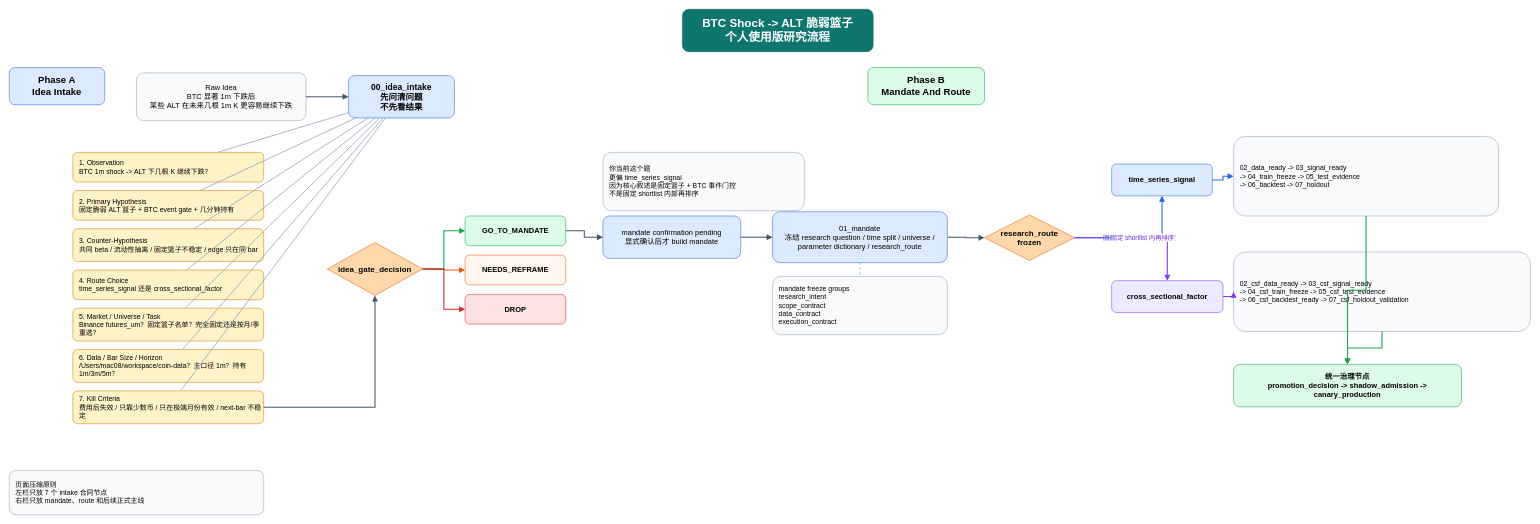
web3qt/quant-research-os keeps this draw.io diagram as docs/sop/main-flow/drawio/factor-workflow.drawio. Above is the earlier version. Source tidied: cells renumbered, new cells numbered last; positions are measured from the earlier drawing's top-left corner, leaving out a move shared by most shapes. Both pictures are drawn from the tidied source at 53%, with x=0, y=0 at pixel (9, 9).
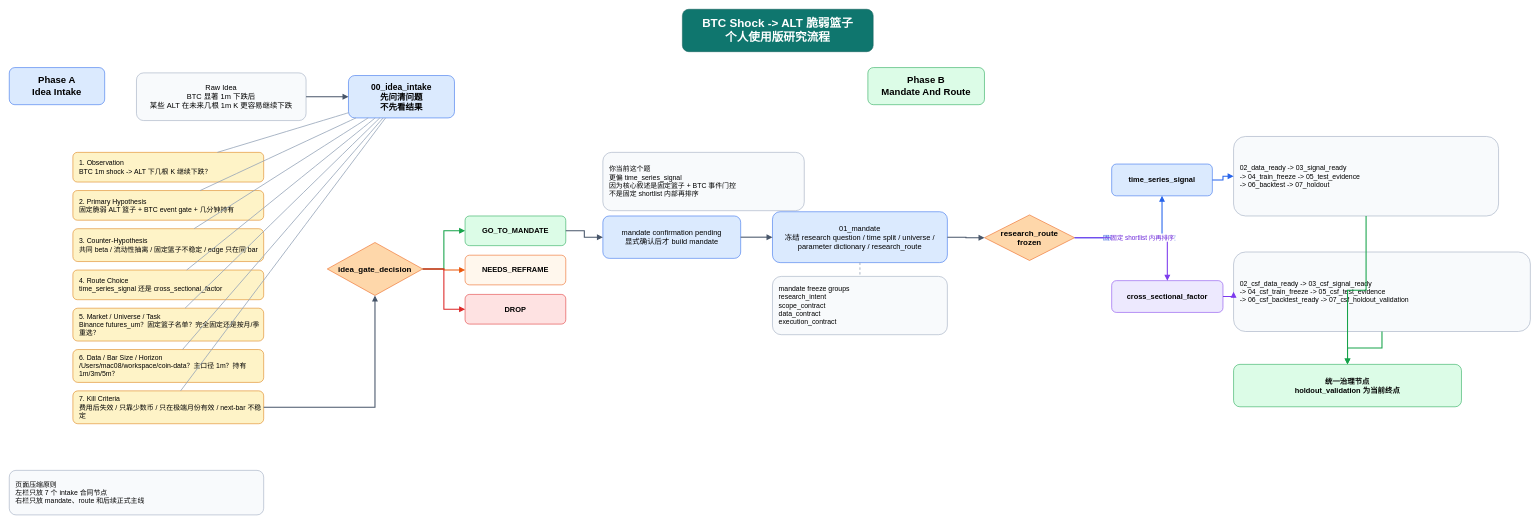
The same diagram, later.

What changed in the source:
```diff
@@
-    <mxCell id="27" value="统一治理节点&#10;promotion_decision -&gt; shadow_admission -&gt; canary_production" style="rounded=1;whiteSpace=wrap;html=1;fillColor=#DCFCE7;strokeColor=#16A34A;fontSize=14;fontStyle=1;" parent="1" vertex="1">
+    <mxCell id="27" value="统一治理节点&#10;holdout_validation 为当前终点" style="rounded=1;whiteSpace=wrap;html=1;fillColor=#DCFCE7;strokeColor=#16A34A;fontSize=14;fontStyle=1;" parent="1" vertex="1">
       <mxGeometry x="2310" y="670" width="430" height="80" as="geometry" />
     </mxCell>
```
